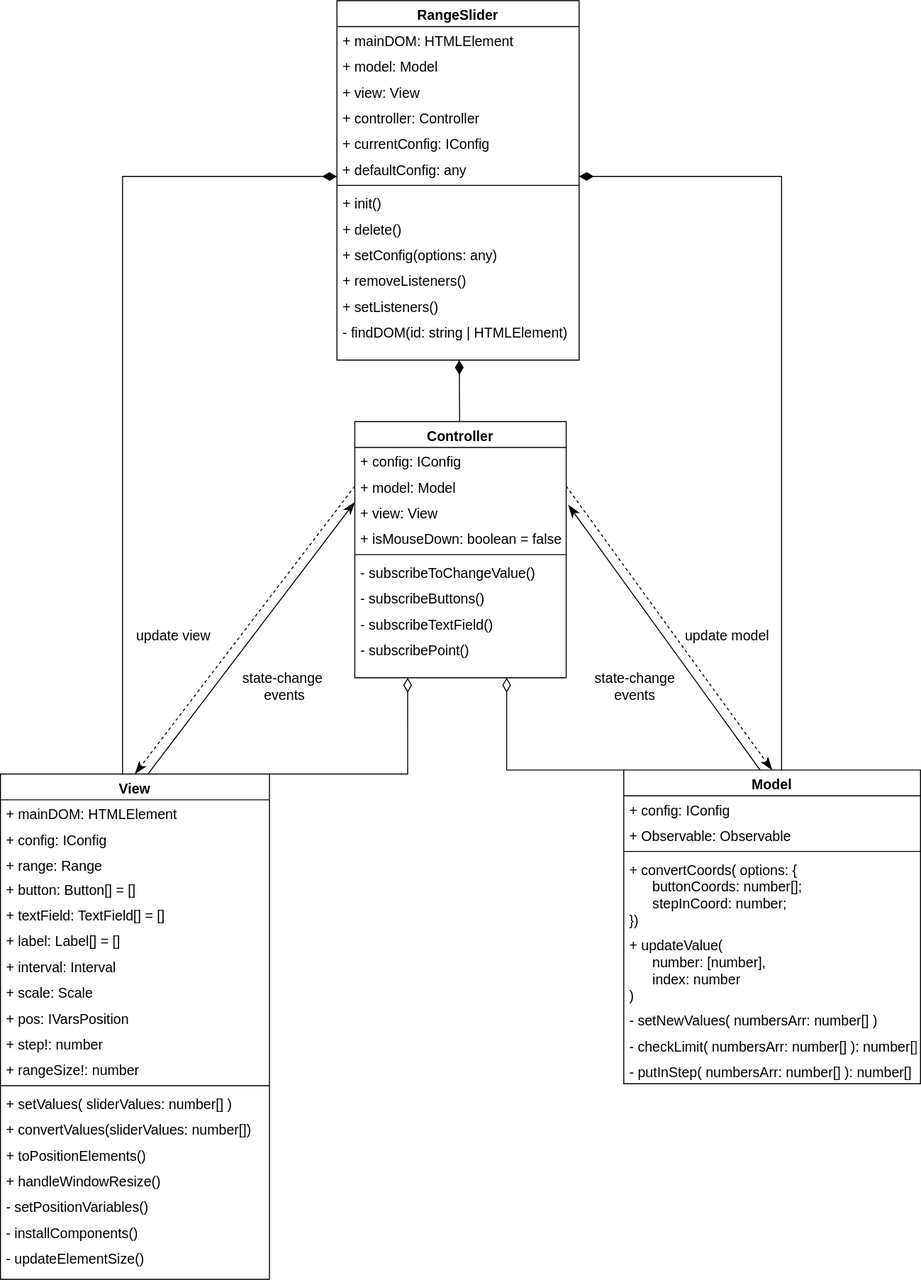
This is uml/slider.svg from Evgeny3101/plugin, a draw.io export, as it was before one commit. Source tidied: cells renumbered, new cells last; positions are measured from the earlier drawing's top-left corner, leaving out a move shared by most shapes.
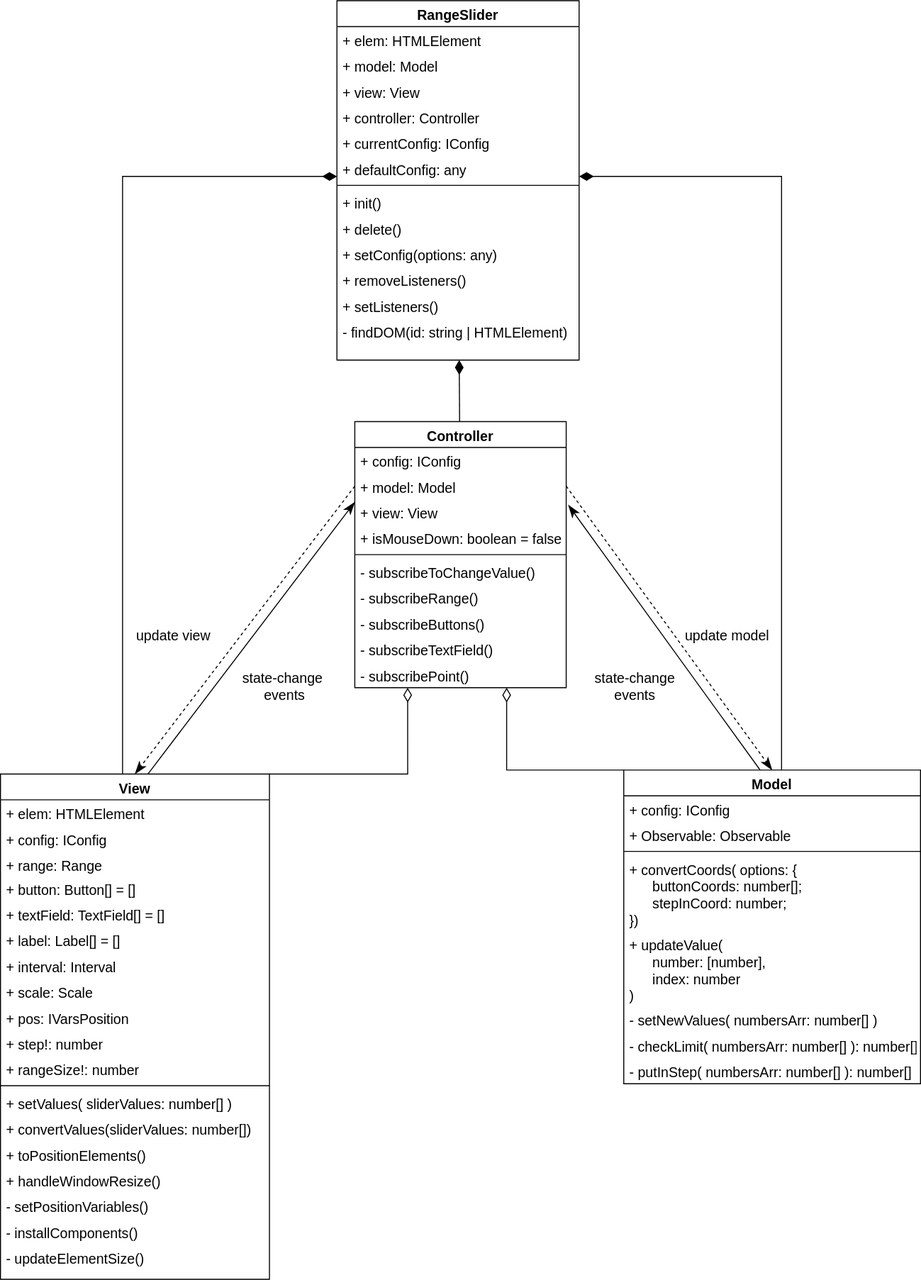
The same diagram one commit later.

Diff of the diagram source:
```diff
@@ -5,7 +5,7 @@
     <mxCell id="2" value="RangeSlider&#10;" style="swimlane;fontStyle=1;align=center;verticalAlign=top;horizontal=1;startSize=26;rounded=0;shadow=0;strokeWidth=1;swimlaneFillColor=none;fontSize=14;" parent="1" vertex="1">
       <mxGeometry x="339" width="244" height="362" as="geometry" />
     </mxCell>
-    <mxCell id="3" value="+ mainDOM: HTMLElement&#10;&#10;" style="text;align=left;verticalAlign=top;spacingLeft=4;spacingRight=4;overflow=hidden;imageHeight=24;fontSize=14;" parent="2" vertex="1">
+    <mxCell id="3" value="+ elem: HTMLElement&#10;&#10;" style="text;align=left;verticalAlign=top;spacingLeft=4;spacingRight=4;overflow=hidden;imageHeight=24;fontSize=14;" parent="2" vertex="1">
       <mxGeometry y="26" width="244" height="26" as="geometry" />
     </mxCell>
     <mxCell id="4" value="+ model: Model&#10;&#10;" style="text;strokeColor=none;fillColor=none;align=left;verticalAlign=top;spacingLeft=4;spacingRight=4;overflow=hidden;rounded=1;glass=0;fontSize=14;" parent="2" vertex="1">
@@ -88,7 +88,7 @@
     <mxCell id="27" value="View" style="swimlane;fontStyle=1;align=center;verticalAlign=top;horizontal=1;startSize=26;rounded=0;shadow=0;strokeWidth=1;fontSize=14;" parent="1" vertex="1">
       <mxGeometry y="779" width="271" height="509" as="geometry" />
     </mxCell>
-    <mxCell id="28" value="+ mainDOM: HTMLElement" style="text;strokeColor=none;fillColor=none;align=left;verticalAlign=top;spacingLeft=4;spacingRight=4;overflow=hidden;rounded=1;glass=0;startSize=26;fontSize=14;" parent="27" vertex="1">
+    <mxCell id="28" value="+ elem: HTMLElement" style="text;strokeColor=none;fillColor=none;align=left;verticalAlign=top;spacingLeft=4;spacingRight=4;overflow=hidden;rounded=1;glass=0;startSize=26;fontSize=14;" parent="27" vertex="1">
       <mxGeometry y="26" width="271" height="26" as="geometry" />
     </mxCell>
     <mxCell id="29" value="+ config: IConfig&#10;" style="text;strokeColor=none;fillColor=none;align=left;verticalAlign=top;spacingLeft=4;spacingRight=4;overflow=hidden;rounded=1;glass=0;startSize=26;fontSize=14;" parent="27" vertex="1">
@@ -182,7 +182,7 @@
       <mxGeometry relative="1" as="geometry" />
     </mxCell>
     <mxCell id="58" value="Controller&#10;" style="swimlane;fontStyle=1;align=center;verticalAlign=top;horizontal=1;startSize=26;rounded=0;shadow=0;strokeWidth=1;swimlaneFillColor=none;fontSize=14;" parent="1" vertex="1">
-      <mxGeometry x="357" y="424" width="213" height="258" as="geometry" />
+      <mxGeometry x="357" y="424" width="213" height="268" as="geometry" />
     </mxCell>
     <mxCell id="59" value="+ config: IConfig&#10;" style="text;align=left;verticalAlign=top;spacingLeft=4;spacingRight=4;overflow=hidden;rounded=0;shadow=0;html=0;fontSize=14;" parent="58" vertex="1">
       <mxGeometry y="26" width="213" height="26" as="geometry" />
@@ -202,14 +202,17 @@
     <mxCell id="64" value="- subscribeToChangeValue()" style="text;align=left;verticalAlign=top;spacingLeft=4;spacingRight=4;overflow=hidden;fontSize=14;" parent="58" vertex="1">
       <mxGeometry y="138" width="213" height="26" as="geometry" />
     </mxCell>
+    <mxCell id="70" value="- subscribeRange()" style="text;align=left;verticalAlign=top;spacingLeft=4;spacingRight=4;overflow=hidden;fontSize=14;" parent="58" vertex="1">
+      <mxGeometry y="164" width="213" height="26" as="geometry" />
+    </mxCell>
     <mxCell id="65" value="- subscribeButtons()" style="text;align=left;verticalAlign=top;spacingLeft=4;spacingRight=4;overflow=hidden;fontSize=14;" parent="58" vertex="1">
-      <mxGeometry y="164" width="213" height="26" as="geometry" />
+      <mxGeometry y="190" width="213" height="26" as="geometry" />
     </mxCell>
     <mxCell id="66" value="- subscribeTextField()" style="text;align=left;verticalAlign=top;spacingLeft=4;spacingRight=4;overflow=hidden;fontSize=14;" parent="58" vertex="1">
-      <mxGeometry y="190" width="213" height="26" as="geometry" />
+      <mxGeometry y="216" width="213" height="26" as="geometry" />
     </mxCell>
     <mxCell id="67" value="- subscribePoint()" style="text;align=left;verticalAlign=top;spacingLeft=4;spacingRight=4;overflow=hidden;fontSize=14;" parent="58" vertex="1">
-      <mxGeometry y="216" width="213" height="26" as="geometry" />
+      <mxGeometry y="242" width="213" height="26" as="geometry" />
     </mxCell>
     <mxCell id="68" style="rounded=0;sketch=0;jumpSize=4;jettySize=auto;html=1;startArrow=diamondThin;startFill=1;startSize=12;endArrow=none;endFill=0;endSize=8;strokeWidth=1;edgeStyle=orthogonalEdgeStyle;fontSize=14;" parent="1" edge="1" source="2" target="27">
       <mxGeometry relative="1" as="geometry">
```
